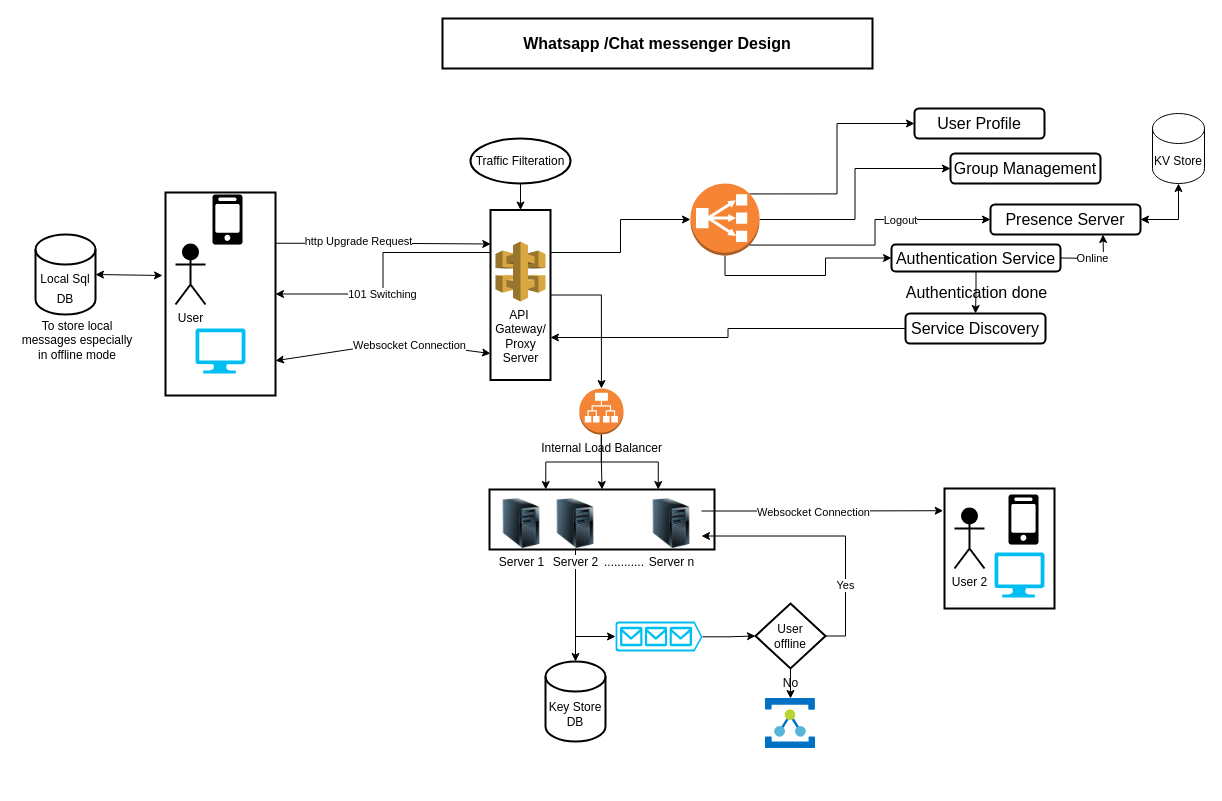
vaibhavjain1/app.diagrams.net keeps this draw.io diagram as page "Whatsapp/Chat Messanger" (1 of 5) of Design Systems.drawio. Above is the earlier version. Source tidied: cells renumbered, new cells numbered last; positions are measured from the earlier drawing's top-left corner, leaving out a move shared by most shapes. Both pictures are drawn from the tidied source at 100%, with x=0, y=0 at pixel (17, 18).
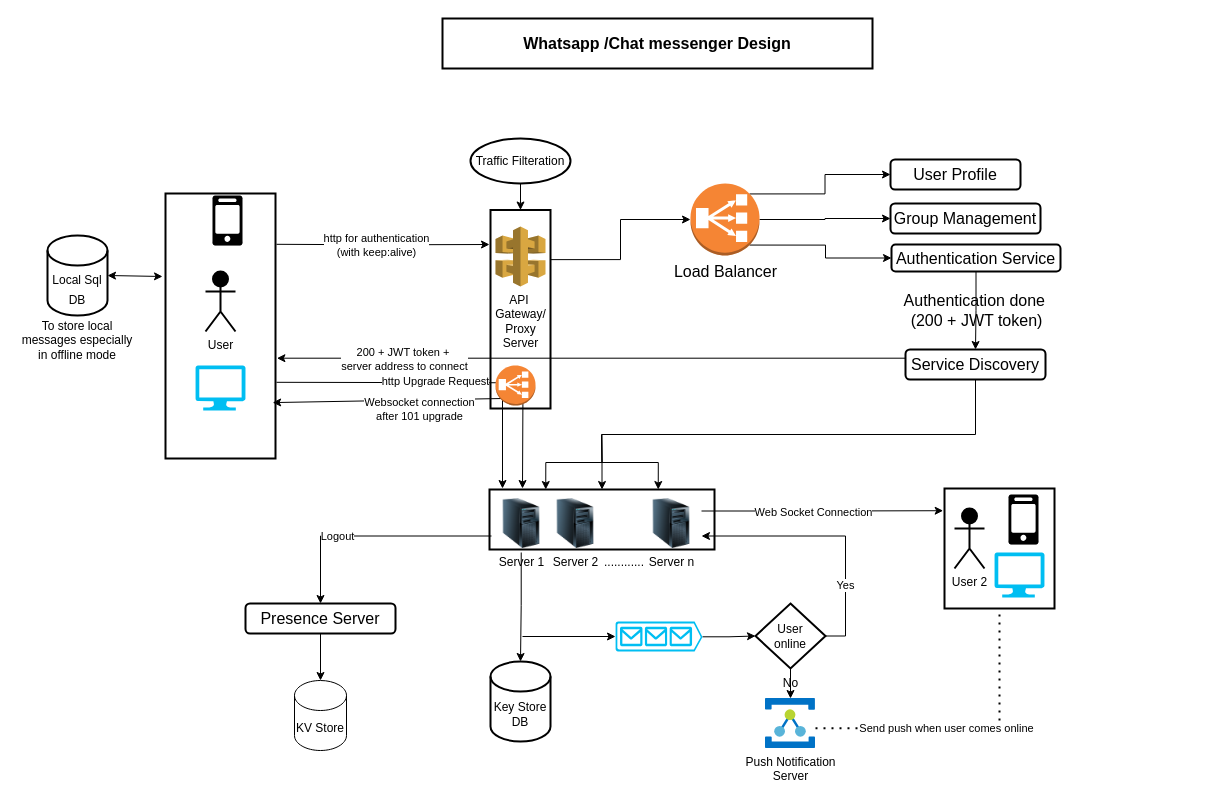
Above is the later version.

The change refers to these unchanged cells:
```xml
<mxCell id="15" value="Authentication Service" style="rounded=1;whiteSpace=wrap;html=1;strokeColor=#000000;strokeWidth=2;fontSize=16;fontColor=#000000;fillColor=none;" parent="1" vertex="1">
  <mxGeometry x="874" y="226" width="169" height="27" as="geometry" />
</mxCell>
<mxCell id="31" style="rounded=0;whiteSpace=wrap;html=1;strokeColor=#000000;strokeWidth=2;fontSize=12;fontColor=#000000;fillColor=none;" parent="1" vertex="1">
  <mxGeometry x="472" y="471" width="225" height="60" as="geometry" />
</mxCell>
<mxCell id="32" value="&lt;span style=&quot;background-color: rgb(255, 255, 255);&quot;&gt;Server 1&lt;/span&gt;" style="image;html=1;image=img/lib/clip_art/computers/Server_Tower_128x128.png;strokeColor=#000000;strokeWidth=2;fontSize=12;fontColor=#000000;fillColor=#FFFFFF;" parent="1" vertex="1">
  <mxGeometry x="474" y="480" width="60" height="50" as="geometry" />
</mxCell>
<mxCell id="34" value="&lt;span style=&quot;background-color: rgb(255, 255, 255);&quot;&gt;Server 2&lt;/span&gt;" style="image;html=1;image=img/lib/clip_art/computers/Server_Tower_128x128.png;strokeColor=#000000;strokeWidth=2;fontSize=12;fontColor=#000000;fillColor=#FFFFFF;" parent="1" vertex="1">
  <mxGeometry x="528" y="480" width="60" height="50" as="geometry" />
</mxCell>
<mxCell id="35" style="edgeStyle=orthogonalEdgeStyle;rounded=0;jettySize=auto;html=1;exitX=1;exitY=0.25;exitDx=0;exitDy=0;entryX=-0.012;entryY=0.185;entryDx=0;entryDy=0;entryPerimeter=0;labelBackgroundColor=none;strokeColor=#000000;fontSize=12;fontColor=#000000;endArrow=classic;endFill=1;" parent="1" edge="1" source="37" target="47">
  <mxGeometry relative="1" as="geometry" />
</mxCell>
<mxCell id="41" style="verticalLabelPosition=bottom;html=1;verticalAlign=top;align=center;strokeColor=none;fillColor=#00BEF2;shape=mxgraph.azure.queue_generic;labelBackgroundColor=#FFFFFF;strokeWidth=2;fontSize=12;fontColor=#000000;" parent="1" vertex="1">
  <mxGeometry x="598" y="603" width="87" height="30" as="geometry" />
</mxCell>
<mxCell id="47" style="rounded=0;whiteSpace=wrap;html=1;strokeColor=#000000;strokeWidth=2;fontSize=16;fontColor=#000000;fillColor=none;" parent="1" vertex="1">
  <mxGeometry x="927" y="470" width="110" height="120" as="geometry" />
</mxCell>
```

The edit, as a diff of the source:
```diff
@@
-    <mxCell id="4" style="edgeStyle=orthogonalEdgeStyle;rounded=0;jettySize=auto;html=1;exitX=1;exitY=0.25;exitDx=0;exitDy=0;entryX=0.005;entryY=0.2;entryDx=0;entryDy=0;entryPerimeter=0;labelBackgroundColor=none;strokeColor=#000000;fontSize=12;fontColor=#000000;" parent="1" edge="1" source="6" target="21">
-      <mxGeometry relative="1" as="geometry" />
+    <mxCell id="4" style="edgeStyle=orthogonalEdgeStyle;rounded=0;orthogonalLoop=1;jettySize=auto;html=1;exitX=1;exitY=0.25;exitDx=0;exitDy=0;labelBackgroundColor=none;strokeColor=#000000;fontSize=12;fontColor=#000000;" parent="1" edge="1">
+      <mxGeometry relative="1" as="geometry">
+        <mxPoint x="259" y="363.8" as="sourcePoint" />
+        <mxPoint x="505" y="470" as="targetPoint" />
+      </mxGeometry>
     </mxCell>
     <mxCell id="5" value="http Upgrade Request" style="edgeLabel;html=1;align=center;verticalAlign=middle;" parent="4" vertex="1">
-      <mxGeometry x="-0.24" y="2" relative="1" as="geometry" />
+      <mxGeometry x="-0.24" y="2" relative="1" as="geometry">
+        <mxPoint x="24" as="offset" />
+      </mxGeometry>
     </mxCell>
     <mxCell id="6" style="rounded=0;whiteSpace=wrap;html=1;strokeColor=#000000;strokeWidth=2;fontSize=16;fontColor=#000000;fillColor=none;" parent="1" vertex="1">
-      <mxGeometry x="148" y="174" width="110" height="203" as="geometry" />
+      <mxGeometry x="148" y="175" width="110" height="265" as="geometry" />
     </mxCell>
     <mxCell id="7" value="&lt;font style=&quot;font-size: 12px;&quot;&gt;Local Sql&lt;br&gt;DB&lt;/font&gt;" style="shape=cylinder3;whiteSpace=wrap;html=1;boundedLbl=1;backgroundOutline=1;size=15;strokeColor=#000000;strokeWidth=2;fontSize=16;fontColor=#000000;fillColor=none;" parent="1" vertex="1">
-      <mxGeometry x="18" y="216" width="60" height="80" as="geometry" />
+      <mxGeometry x="30" y="217" width="60" height="80" as="geometry" />
     </mxCell>
@@
-    <mxCell id="10" style="edgeStyle=orthogonalEdgeStyle;rounded=0;jettySize=auto;html=1;exitX=0.5;exitY=1;exitDx=0;exitDy=0;exitPerimeter=0;entryX=0;entryY=0.5;entryDx=0;entryDy=0;labelBackgroundColor=none;strokeColor=#000000;fontSize=16;fontColor=#000000;" parent="1" edge="1" source="11" target="15">
+    <mxCell id="10" style="edgeStyle=orthogonalEdgeStyle;rounded=0;jettySize=auto;html=1;exitX=0.855;exitY=0.855;exitDx=0;exitDy=0;exitPerimeter=0;entryX=0;entryY=0.5;entryDx=0;entryDy=0;labelBackgroundColor=none;strokeColor=#000000;fontSize=16;fontColor=#000000;" parent="1" edge="1" source="11" target="15">
       <mxGeometry relative="1" as="geometry" />
     </mxCell>
-    <mxCell id="11" style="outlineConnect=0;dashed=0;verticalLabelPosition=bottom;verticalAlign=top;align=center;html=1;shape=mxgraph.aws3.classic_load_balancer;fillColor=#F58534;gradientColor=none;strokeColor=#000000;strokeWidth=2;fontSize=16;fontColor=#000000;" parent="1" vertex="1">
+    <mxCell id="11" value="Load Balancer" style="outlineConnect=0;dashed=0;verticalLabelPosition=bottom;verticalAlign=top;align=center;html=1;shape=mxgraph.aws3.classic_load_balancer;fillColor=#F58534;gradientColor=none;strokeColor=#000000;strokeWidth=2;fontSize=16;fontColor=#000000;" parent="1" vertex="1">
       <mxGeometry x="673" y="165" width="69" height="72" as="geometry" />
     </mxCell>
     <mxCell id="12" value="User Profile" style="rounded=1;whiteSpace=wrap;html=1;strokeColor=#000000;strokeWidth=2;fontSize=16;fontColor=#000000;fillColor=none;" parent="1" vertex="1">
-      <mxGeometry x="897" y="90" width="130" height="30" as="geometry" />
+      <mxGeometry x="873" y="141" width="130" height="30" as="geometry" />
     </mxCell>
     <mxCell id="13" value="Group Management" style="rounded=1;whiteSpace=wrap;html=1;strokeColor=#000000;strokeWidth=2;fontSize=16;fontColor=#000000;fillColor=none;" parent="1" vertex="1">
-      <mxGeometry x="933" y="135" width="150" height="30" as="geometry" />
+      <mxGeometry x="873" y="185" width="150" height="30" as="geometry" />
     </mxCell>
-    <mxCell id="14" value="Authentication done" style="edgeStyle=orthogonalEdgeStyle;rounded=0;jettySize=auto;html=1;exitX=0.5;exitY=1;exitDx=0;exitDy=0;entryX=0.5;entryY=0;entryDx=0;entryDy=0;strokeColor=#000000;fontSize=16;fontColor=#000000;labelBackgroundColor=none;" parent="1" edge="1" source="15" target="17">
+    <mxCell id="14" value="Authentication done&amp;nbsp;&lt;div&gt;(200 + JWT token)&lt;/div&gt;" style="edgeStyle=orthogonalEdgeStyle;rounded=0;jettySize=auto;html=1;exitX=0.5;exitY=1;exitDx=0;exitDy=0;entryX=0.5;entryY=0;entryDx=0;entryDy=0;strokeColor=#000000;fontSize=16;fontColor=#000000;labelBackgroundColor=none;" parent="1" edge="1" source="15" target="17">
       <mxGeometry relative="1" as="geometry" />
     </mxCell>
@@
-    <mxCell id="16" style="edgeStyle=orthogonalEdgeStyle;rounded=0;jettySize=auto;html=1;exitX=0;exitY=0.5;exitDx=0;exitDy=0;labelBackgroundColor=none;strokeColor=#000000;fontSize=12;fontColor=#000000;entryX=1;entryY=0.75;entryDx=0;entryDy=0;" parent="1" edge="1" source="17" target="21">
-      <mxGeometry relative="1" as="geometry" />
+    <mxCell id="16" style="edgeStyle=orthogonalEdgeStyle;rounded=0;orthogonalLoop=1;jettySize=auto;html=1;exitX=0;exitY=0.5;exitDx=0;exitDy=0;labelBackgroundColor=none;strokeColor=#000000;fontSize=12;fontColor=#000000;entryX=1.013;entryY=0.847;entryDx=0;entryDy=0;entryPerimeter=0;" parent="1" edge="1">
+      <mxGeometry relative="1" as="geometry">
+        <mxPoint x="888" y="337" as="sourcePoint" />
+        <mxPoint x="259.4" y="339.7" as="targetPoint" />
+        <Array as="points">
+          <mxPoint x="888" y="340" />
+        </Array>
+      </mxGeometry>
     </mxCell>
+    <mxCell id="65" value="200 + JWT token +&amp;nbsp;&lt;div&gt;server address to connect&lt;/div&gt;" style="edgeLabel;html=1;align=center;verticalAlign=middle;" parent="16" vertex="1">
+      <mxGeometry x="0.17" y="1" relative="1" as="geometry">
+        <mxPoint x="-135" as="offset" />
+      </mxGeometry>
+    </mxCell>
     <mxCell id="17" value="Service Discovery" style="rounded=1;whiteSpace=wrap;html=1;strokeColor=#000000;strokeWidth=2;fontSize=16;fontColor=#000000;fillColor=none;" parent="1" vertex="1">
-      <mxGeometry x="888" y="295" width="140" height="30" as="geometry" />
+      <mxGeometry x="888" y="331" width="140" height="30" as="geometry" />
     </mxCell>
@@
-    <mxCell id="19" style="edgeStyle=orthogonalEdgeStyle;rounded=0;jettySize=auto;html=1;exitX=0;exitY=0.25;exitDx=0;exitDy=0;entryX=1;entryY=0.5;entryDx=0;entryDy=0;" parent="1" edge="1" source="21" target="6">
-      <mxGeometry relative="1" as="geometry" />
-    </mxCell>
-    <mxCell id="20" value="101 Switching" style="edgeLabel;html=1;align=center;verticalAlign=middle;" parent="19" vertex="1">
-      <mxGeometry x="0.18" relative="1" as="geometry">
-        <mxPoint x="1" as="offset" />
-      </mxGeometry>
-    </mxCell>
     <mxCell id="21" style="rounded=0;whiteSpace=wrap;html=1;strokeColor=#000000;strokeWidth=2;fontSize=16;fontColor=#000000;fillColor=none;" parent="1" vertex="1">
-      <mxGeometry x="473" y="191.5" width="60" height="170" as="geometry" />
+      <mxGeometry x="473" y="191.5" width="60" height="198.5" as="geometry" />
     </mxCell>
     <mxCell id="22" style="verticalLabelPosition=bottom;html=1;verticalAlign=top;align=center;strokeColor=none;fillColor=#00BEF2;shape=mxgraph.azure.computer;strokeWidth=2;fontSize=12;fontColor=#000000;" parent="1" vertex="1">
-      <mxGeometry x="178" y="310" width="50" height="45" as="geometry" />
+      <mxGeometry x="178" y="347" width="50" height="45" as="geometry" />
     </mxCell>
     <mxCell id="23" style="dashed=0;verticalLabelPosition=bottom;verticalAlign=top;align=center;html=1;shape=mxgraph.aws3.mobile_client;fillColor=#000000;gradientColor=none;strokeColor=#000000;strokeWidth=2;fontSize=12;fontColor=#000000;" parent="1" vertex="1">
-      <mxGeometry x="195" y="176" width="30" height="50" as="geometry" />
+      <mxGeometry x="195" y="177" width="30" height="50" as="geometry" />
     </mxCell>
     <mxCell id="24" value="User" style="shape=umlActor;verticalLabelPosition=bottom;verticalAlign=top;html=1;strokeColor=#000000;strokeWidth=2;fontSize=12;fontColor=#000000;fillColor=#000000;" parent="1" vertex="1">
-      <mxGeometry x="158" y="226" width="30" height="60" as="geometry" />
+      <mxGeometry x="188" y="253" width="30" height="60" as="geometry" />
     </mxCell>
@@
     <mxCell id="27" value="API&amp;nbsp;&lt;div&gt;Gateway/&lt;/div&gt;&lt;div&gt;Proxy&lt;/div&gt;&lt;div&gt;Server&lt;/div&gt;" style="dashed=0;verticalLabelPosition=bottom;verticalAlign=top;align=center;html=1;shape=mxgraph.aws3.api_gateway;fillColor=#D9A741;gradientColor=none;strokeColor=#000000;strokeWidth=2;fontSize=12;fontColor=#000000;" parent="1" vertex="1">
-      <mxGeometry x="478" y="223" width="50" height="60" as="geometry" />
+      <mxGeometry x="478" y="208" width="50" height="60" as="geometry" />
     </mxCell>
-    <mxCell id="28" style="endArrow=classic;startArrow=classic;html=1;rounded=0;labelBackgroundColor=none;strokeColor=#000000;fontSize=12;fontColor=#000000;exitX=1;exitY=0.75;exitDx=0;exitDy=0;entryX=0;entryY=0.75;entryDx=0;entryDy=0;" parent="1" edge="1">
-      <mxGeometry relative="1" as="geometry">
-        <mxPoint x="258" y="342.2" as="sourcePoint" />
-        <mxPoint x="473" y="335" as="targetPoint" />
-        <Array as="points">
-          <mxPoint x="365" y="326" />
-          <mxPoint x="403" y="326" />
-        </Array>
-      </mxGeometry>
-    </mxCell>
-    <mxCell id="29" value="Websocket Connection" style="edgeLabel;html=1;align=center;verticalAlign=middle;" parent="28" vertex="1">
-      <mxGeometry x="0.25" relative="1" as="geometry" />
-    </mxCell>
@@
-    <mxCell id="33" style="edgeStyle=orthogonalEdgeStyle;rounded=0;jettySize=auto;html=1;exitX=0.5;exitY=1;exitDx=0;exitDy=0;entryX=0.5;entryY=0;entryDx=0;entryDy=0;entryPerimeter=0;labelBackgroundColor=none;strokeColor=#000000;fontSize=12;fontColor=#000000;" parent="1" edge="1" source="34" target="39">
+    <mxCell id="33" style="edgeStyle=orthogonalEdgeStyle;rounded=0;jettySize=auto;html=1;exitX=0.141;exitY=1.05;exitDx=0;exitDy=0;entryX=0.5;entryY=0;entryDx=0;entryDy=0;entryPerimeter=0;labelBackgroundColor=none;strokeColor=#000000;fontSize=12;fontColor=#000000;exitPerimeter=0;" parent="1" edge="1" source="31" target="39">
       <mxGeometry relative="1" as="geometry" />
     </mxCell>
@@
-    <mxCell id="36" value="Websocket Connection" style="edgeLabel;html=1;align=center;verticalAlign=middle;" parent="35" vertex="1">
+    <mxCell id="36" value="Web Socket Connection" style="edgeLabel;html=1;align=center;verticalAlign=middle;" parent="35" vertex="1">
       <mxGeometry x="-0.09" y="-1" relative="1" as="geometry">
         <mxPoint x="1" as="offset" />
       </mxGeometry>
     </mxCell>
@@
     <mxCell id="39" value="Key Store&lt;br&gt;DB" style="shape=cylinder3;whiteSpace=wrap;html=1;boundedLbl=1;backgroundOutline=1;size=15;labelBackgroundColor=#FFFFFF;strokeColor=#000000;strokeWidth=2;fontSize=12;fontColor=#000000;fillColor=#FFFFFF;" parent="1" vertex="1">
-      <mxGeometry x="528" y="643" width="60" height="80" as="geometry" />
+      <mxGeometry x="473" y="643" width="60" height="80" as="geometry" />
     </mxCell>
@@
-    <mxCell id="45" value="User&lt;br&gt;offline" style="rhombus;whiteSpace=wrap;html=1;labelBackgroundColor=#FFFFFF;strokeColor=#000000;strokeWidth=2;fontSize=12;fontColor=#000000;fillColor=#FFFFFF;" parent="1" vertex="1">
+    <mxCell id="45" value="User&lt;br&gt;online" style="rhombus;whiteSpace=wrap;html=1;labelBackgroundColor=#FFFFFF;strokeColor=#000000;strokeWidth=2;fontSize=12;fontColor=#000000;fillColor=#FFFFFF;" parent="1" vertex="1">
       <mxGeometry x="738" y="585" width="70" height="65" as="geometry" />
     </mxCell>
-    <mxCell id="46" style="sketch=0;html=1;points=[];align=center;image;fontSize=12;image=img/lib/mscae/Service_Bus_Relay.svg;labelBackgroundColor=#FFFFFF;strokeColor=#000000;strokeWidth=2;fontColor=#000000;fillColor=#FFFFFF;" parent="1" vertex="1">
+    <mxCell id="46" value="Push Notification&lt;div&gt;Server&lt;/div&gt;" style="sketch=0;html=1;points=[];align=center;image;fontSize=12;image=img/lib/mscae/Service_Bus_Relay.svg;labelBackgroundColor=#FFFFFF;strokeColor=#000000;strokeWidth=2;fontColor=#000000;fillColor=#FFFFFF;" parent="1" vertex="1">
       <mxGeometry x="748" y="680" width="50" height="50" as="geometry" />
     </mxCell>
@@
     <mxCell id="51" style="endArrow=classic;html=1;rounded=0;entryX=0;entryY=0.5;entryDx=0;entryDy=0;entryPerimeter=0;" parent="1" edge="1" target="41">
       <mxGeometry relative="1" as="geometry">
-        <mxPoint x="558" y="618" as="sourcePoint" />
+        <mxPoint x="505" y="618" as="sourcePoint" />
       </mxGeometry>
     </mxCell>
-    <mxCell id="52" style="edgeStyle=orthogonalEdgeStyle;rounded=0;jettySize=auto;html=1;exitX=0.855;exitY=0.855;exitDx=0;exitDy=0;exitPerimeter=0;entryX=0;entryY=0.5;entryDx=0;entryDy=0;labelBackgroundColor=none;strokeColor=#000000;fontSize=16;fontColor=#000000;" parent="1" edge="1" source="11" target="54">
+    <mxCell id="52" style="edgeStyle=orthogonalEdgeStyle;rounded=0;jettySize=auto;html=1;exitX=0;exitY=0.75;exitDx=0;exitDy=0;entryX=0.5;entryY=0;entryDx=0;entryDy=0;labelBackgroundColor=none;strokeColor=#000000;fontSize=16;fontColor=#000000;" parent="1" edge="1" source="32" target="54">
       <mxGeometry relative="1" as="geometry" />
     </mxCell>
@@
     <mxCell id="54" value="Presence Server" style="rounded=1;whiteSpace=wrap;html=1;strokeColor=#000000;strokeWidth=2;fontSize=16;fontColor=#000000;fillColor=none;" parent="1" vertex="1">
-      <mxGeometry x="973" y="186" width="150" height="30" as="geometry" />
+      <mxGeometry x="228" y="585" width="150" height="30" as="geometry" />
     </mxCell>
-    <mxCell id="55" style="endArrow=classic;html=1;rounded=0;exitX=1;exitY=0.5;exitDx=0;exitDy=0;entryX=0.75;entryY=1;entryDx=0;entryDy=0;" parent="1" edge="1" source="15" target="54">
-      <mxGeometry relative="1" as="geometry">
-        <Array as="points">
-          <mxPoint x="1086" y="240" />
-        </Array>
-      </mxGeometry>
-    </mxCell>
-    <mxCell id="56" value="Online" style="edgeLabel;html=1;align=center;verticalAlign=middle;" parent="55" vertex="1">
-      <mxGeometry x="-0.03" relative="1" as="geometry" />
-    </mxCell>
     <mxCell id="57" value="KV Store" style="shape=cylinder3;whiteSpace=wrap;html=1;boundedLbl=1;backgroundOutline=1;size=15;" parent="1" vertex="1">
-      <mxGeometry x="1135" y="95" width="52" height="70" as="geometry" />
+      <mxGeometry x="277" y="662" width="52" height="70" as="geometry" />
     </mxCell>
-    <mxCell id="58" style="endArrow=classic;startArrow=classic;html=1;rounded=0;entryX=0.5;entryY=1;entryDx=0;entryDy=0;entryPerimeter=0;exitX=1;exitY=0.5;exitDx=0;exitDy=0;" parent="1" edge="1" source="54" target="57">
-      <mxGeometry relative="1" as="geometry">
-        <Array as="points">
-          <mxPoint x="1161" y="201" />
-        </Array>
-      </mxGeometry>
-    </mxCell>
-    <mxCell id="59" style="edgeStyle=orthogonalEdgeStyle;rounded=0;jettySize=auto;html=1;" parent="1" edge="1" source="62" target="31">
+    <mxCell id="59" style="edgeStyle=orthogonalEdgeStyle;rounded=0;jettySize=auto;html=1;exitX=0.5;exitY=1;exitDx=0;exitDy=0;" parent="1" edge="1" source="17" target="31">
       <mxGeometry relative="1" as="geometry" />
     </mxCell>
-    <mxCell id="60" style="edgeStyle=orthogonalEdgeStyle;rounded=0;jettySize=auto;html=1;entryX=0.75;entryY=0;entryDx=0;entryDy=0;" parent="1" edge="1" source="62" target="31">
-      <mxGeometry relative="1" as="geometry" />
+    <mxCell id="60" style="edgeStyle=orthogonalEdgeStyle;rounded=0;jettySize=auto;html=1;entryX=0.75;entryY=0;entryDx=0;entryDy=0;" parent="1" edge="1" target="31">
+      <mxGeometry relative="1" as="geometry">
+        <mxPoint x="584" y="416" as="sourcePoint" />
+      </mxGeometry>
     </mxCell>
-    <mxCell id="61" style="edgeStyle=orthogonalEdgeStyle;rounded=0;jettySize=auto;html=1;entryX=0.25;entryY=0;entryDx=0;entryDy=0;" parent="1" edge="1" source="62" target="31">
-      <mxGeometry relative="1" as="geometry" />
+    <mxCell id="61" style="edgeStyle=orthogonalEdgeStyle;rounded=0;jettySize=auto;html=1;entryX=0.25;entryY=0;entryDx=0;entryDy=0;" parent="1" edge="1" target="31">
+      <mxGeometry relative="1" as="geometry">
+        <mxPoint x="584" y="416" as="sourcePoint" />
+      </mxGeometry>
     </mxCell>
-    <mxCell id="62" value="Internal Load Balancer&lt;div&gt;&lt;br&gt;&lt;/div&gt;" style="outlineConnect=0;dashed=0;verticalLabelPosition=bottom;verticalAlign=top;align=center;html=1;shape=mxgraph.aws3.application_load_balancer;fillColor=#F58536;gradientColor=none;" parent="1" vertex="1">
-      <mxGeometry x="561.9" y="370" width="44.1" height="46" as="geometry" />
-    </mxCell>
-    <mxCell id="63" style="edgeStyle=orthogonalEdgeStyle;rounded=0;jettySize=auto;html=1;exitX=1;exitY=0.5;exitDx=0;exitDy=0;entryX=0.5;entryY=0;entryDx=0;entryDy=0;entryPerimeter=0;" parent="1" edge="1" source="21" target="62">
-      <mxGeometry relative="1" as="geometry" />
-    </mxCell>
     <mxCell id="64" style="endArrow=classic;startArrow=classic;html=1;rounded=0;exitX=1;exitY=0.5;exitDx=0;exitDy=0;exitPerimeter=0;" parent="1" edge="1" source="7">
       <mxGeometry relative="1" as="geometry">
-        <mxPoint x="145" y="257" as="targetPoint" />
+        <mxPoint x="145" y="258" as="targetPoint" />
       </mxGeometry>
     </mxCell>
+    <mxCell id="66" style="endArrow=classic;startArrow=classic;html=1;rounded=0;exitX=0.974;exitY=0.789;exitDx=0;exitDy=0;exitPerimeter=0;" parent="1" edge="1" source="6">
+      <mxGeometry relative="1" as="geometry">
+        <mxPoint x="485" y="470" as="targetPoint" />
+        <Array as="points">
+          <mxPoint x="485" y="380" />
+        </Array>
+      </mxGeometry>
+    </mxCell>
+    <mxCell id="67" value="Websocket connection&lt;div&gt;after 101 upgrade&lt;/div&gt;" style="edgeLabel;html=1;align=center;verticalAlign=middle;" parent="66" vertex="1">
+      <mxGeometry x="-0.09" y="1" relative="1" as="geometry">
+        <mxPoint y="10" as="offset" />
+      </mxGeometry>
+    </mxCell>
+    <mxCell id="68" style="edgeStyle=orthogonalEdgeStyle;rounded=0;orthogonalLoop=1;jettySize=auto;html=1;exitX=1;exitY=0.25;exitDx=0;exitDy=0;entryX=-0.033;entryY=0.203;entryDx=0;entryDy=0;entryPerimeter=0;" parent="1" edge="1">
+      <mxGeometry relative="1" as="geometry">
+        <mxPoint x="259" y="225.8" as="sourcePoint" />
+        <mxPoint x="472" y="226" as="targetPoint" />
+      </mxGeometry>
+    </mxCell>
+    <mxCell id="69" value="http for authentication&lt;div&gt;(with keep:alive)&lt;/div&gt;" style="edgeLabel;html=1;align=center;verticalAlign=middle;" parent="68" vertex="1">
+      <mxGeometry x="-0.06" relative="1" as="geometry" />
+    </mxCell>
+    <mxCell id="70" style="endArrow=none;dashed=1;html=1;dashPattern=1 3;strokeWidth=2;rounded=0;entryX=0.5;entryY=1;entryDx=0;entryDy=0;exitX=1;exitY=0.594;exitDx=0;exitDy=0;exitPerimeter=0;" parent="1" edge="1" source="46" target="47">
+      <mxGeometry relative="1" as="geometry">
+        <Array as="points">
+          <mxPoint x="982" y="710" />
+        </Array>
+      </mxGeometry>
+    </mxCell>
+    <mxCell id="71" value="Send push when user comes online" style="edgeLabel;html=1;align=center;verticalAlign=middle;" parent="70" vertex="1">
+      <mxGeometry x="-0.14" relative="1" as="geometry" />
+    </mxCell>
+    <mxCell id="58" style="edgeStyle=orthogonalEdgeStyle;rounded=0;jettySize=auto;html=1;exitX=0.5;exitY=1;exitDx=0;exitDy=0;entryX=0.5;entryY=0;entryDx=0;entryDy=0;entryPerimeter=0;" parent="1" edge="1" source="54" target="57">
+      <mxGeometry relative="1" as="geometry" />
+    </mxCell>
+    <mxCell id="72" style="dashed=0;verticalLabelPosition=bottom;verticalAlign=top;align=center;html=1;shape=mxgraph.aws3.classic_load_balancer;fillColor=#F58534;gradientColor=none;" parent="1" vertex="1">
+      <mxGeometry x="478" y="347" width="40" height="40" as="geometry" />
+    </mxCell>
```
